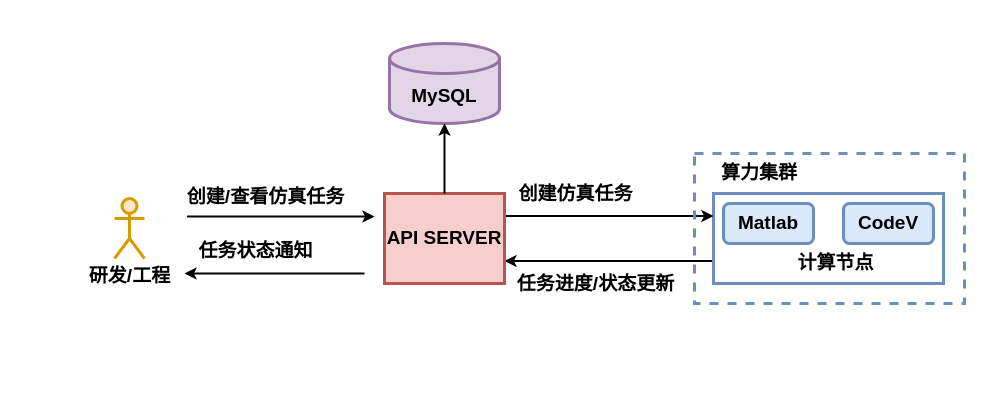
Before: 任务管理模块.drawio in YangJuly/FigureBed, a draw.io diagram. Source tidied: cells renumbered, new cells numbered last; positions are measured from the earlier drawing's top-left corner, leaving out a move shared by most shapes. Both pictures are drawn from the tidied source at 100%, with x=0, y=0 at pixel (114, 43).
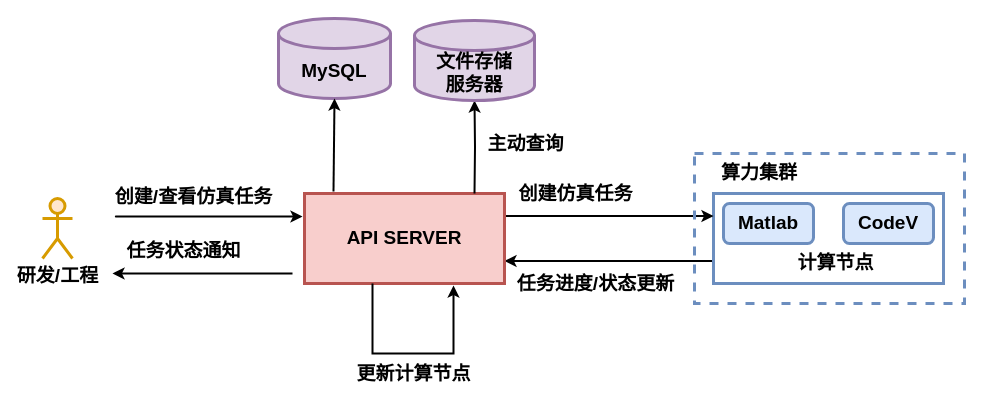
The same page after the edit.

Commit message:
Update 任务管理模块.drawio

The edit, as a diff of the source:
```diff
@@
     <mxCell id="11" style="edgeStyle=orthogonalEdgeStyle;rounded=0;orthogonalLoop=1;jettySize=auto;html=1;fontSize=19;strokeWidth=2;" parent="1" edge="1">
       <mxGeometry relative="1" as="geometry">
-        <mxPoint x="250" y="230" as="sourcePoint" />
-        <mxPoint x="70" y="230" as="targetPoint" />
+        <mxPoint x="178" y="230" as="sourcePoint" />
+        <mxPoint x="-2" y="230" as="targetPoint" />
         <Array as="points">
-          <mxPoint x="200" y="230" />
-          <mxPoint x="200" y="230" />
+          <mxPoint x="128" y="230" />
+          <mxPoint x="128" y="230" />
         </Array>
       </mxGeometry>
     </mxCell>
@@
     <mxCell id="13" value="&lt;b style=&quot;font-size: 19px;&quot;&gt;API SERVER&lt;/b&gt;" style="rounded=0;whiteSpace=wrap;html=1;fillColor=#f8cecc;strokeColor=#b85450;strokeWidth=3;fontSize=19;" parent="1" vertex="1">
-      <mxGeometry x="270" y="150" width="120" height="90" as="geometry" />
+      <mxGeometry x="190" y="150" width="200" height="90" as="geometry" />
     </mxCell>
     <mxCell id="14" value="&lt;b style=&quot;font-size: 19px&quot;&gt;研发/工程&lt;/b&gt;" style="shape=umlActor;verticalLabelPosition=bottom;verticalAlign=top;html=1;fillColor=#ffe6cc;strokeColor=#d79b00;strokeWidth=3;fontSize=19;" parent="1" vertex="1">
-      <mxGeometry y="155" width="30" height="60" as="geometry" />
+      <mxGeometry x="-72" y="155" width="30" height="60" as="geometry" />
     </mxCell>
     <mxCell id="15" style="endArrow=classic;html=1;strokeWidth=2;fontSize=19;" parent="1" edge="1">
       <mxGeometry relative="1" as="geometry">
-        <mxPoint x="80" y="173" as="sourcePoint" />
-        <mxPoint x="260" y="173" as="targetPoint" />
+        <mxPoint x="8" y="173" as="sourcePoint" />
+        <mxPoint x="188" y="173" as="targetPoint" />
         <Array as="points">
-          <mxPoint x="70" y="173" />
+          <mxPoint x="-2" y="173" />
         </Array>
       </mxGeometry>
     </mxCell>
@@
     <mxCell id="17" value="&lt;b style=&quot;font-size: 19px;&quot;&gt;MySQL&lt;/b&gt;" style="shape=cylinder3;whiteSpace=wrap;html=1;boundedLbl=1;backgroundOutline=1;size=15;fillColor=#e1d5e7;strokeColor=#9673a6;strokeWidth=3;fontSize=19;" parent="1" vertex="1">
-      <mxGeometry x="275" width="110" height="80" as="geometry" />
+      <mxGeometry x="164" y="-25" width="112" height="80" as="geometry" />
     </mxCell>
-    <mxCell id="18" style="endArrow=classic;html=1;exitX=0.5;exitY=0;exitDx=0;exitDy=0;entryX=0.5;entryY=1;entryDx=0;entryDy=0;entryPerimeter=0;strokeWidth=2;fontSize=19;" parent="1" edge="1" source="13" target="17">
+    <mxCell id="18" style="endArrow=classic;html=1;exitX=0.145;exitY=-0.022;exitDx=0;exitDy=0;entryX=0.5;entryY=1;entryDx=0;entryDy=0;entryPerimeter=0;strokeWidth=2;fontSize=19;exitPerimeter=0;" parent="1" edge="1" source="13" target="17">
       <mxGeometry relative="1" as="geometry" />
     </mxCell>
@@
+    <mxCell id="20" style="edgeStyle=orthogonalEdgeStyle;rounded=0;orthogonalLoop=1;jettySize=auto;html=1;fontSize=19;strokeWidth=2;entryX=0.842;entryY=1.022;entryDx=0;entryDy=0;entryPerimeter=0;" parent="1" edge="1">
+      <mxGeometry relative="1" as="geometry">
+        <mxPoint x="258" y="240" as="sourcePoint" />
+        <mxPoint x="339" y="242" as="targetPoint" />
+        <Array as="points">
+          <mxPoint x="258" y="310" />
+          <mxPoint x="339" y="310" />
+        </Array>
+      </mxGeometry>
+    </mxCell>
+    <mxCell id="21" value="更新计算节点" style="edgeLabel;html=1;align=center;verticalAlign=middle;fontSize=19;fontStyle=1;" parent="20" vertex="1">
+      <mxGeometry x="0.13" y="4" relative="1" as="geometry">
+        <mxPoint x="-14" y="24" as="offset" />
+      </mxGeometry>
+    </mxCell>
+    <mxCell id="22" style="edgeStyle=orthogonalEdgeStyle;rounded=0;jettySize=auto;html=1;strokeWidth=2;exitX=0.75;exitY=0;exitDx=0;exitDy=0;" parent="1" edge="1" target="24">
+      <mxGeometry relative="1" as="geometry">
+        <mxPoint x="360" y="150" as="sourcePoint" />
+      </mxGeometry>
+    </mxCell>
+    <mxCell id="23" value="主动查询" style="edgeLabel;html=1;align=center;verticalAlign=middle;fontSize=19;fontStyle=1;" parent="22" vertex="1">
+      <mxGeometry x="0.36" y="-4" relative="1" as="geometry">
+        <mxPoint x="46" y="14" as="offset" />
+      </mxGeometry>
+    </mxCell>
+    <mxCell id="24" value="&lt;b style=&quot;font-size: 19px&quot;&gt;文件存储&lt;br&gt;服务器&lt;/b&gt;" style="shape=cylinder3;whiteSpace=wrap;html=1;boundedLbl=1;backgroundOutline=1;size=15;fillColor=#e1d5e7;strokeColor=#9673a6;strokeWidth=3;fontSize=19;" parent="1" vertex="1">
+      <mxGeometry x="300" y="-23" width="120" height="80" as="geometry" />
+    </mxCell>
```
